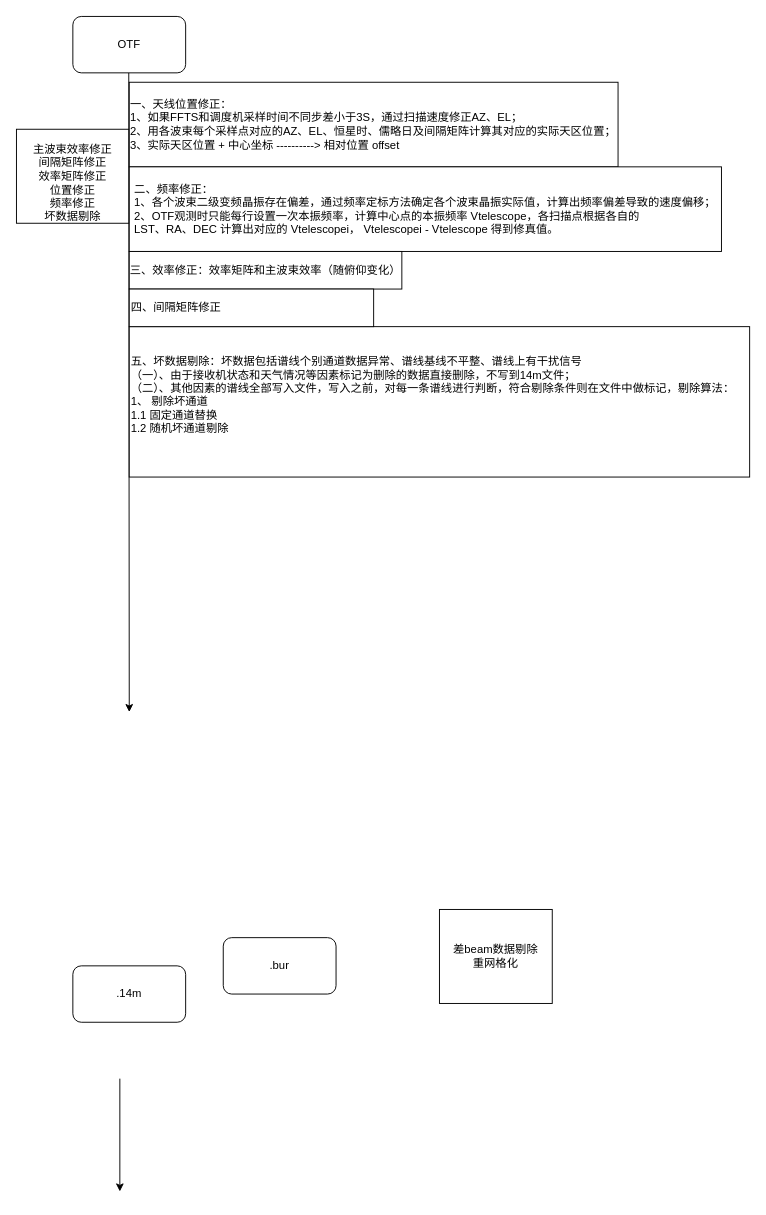
Above: Untitled Diagram.drawio in luoluo19550418/drawio (draw.io), before the change. Source tidied: cells renumbered, new cells numbered last; positions are measured from the earlier drawing's top-left corner, leaving out a move shared by most shapes. Both pictures are drawn from the tidied source at 94%, with x=0, y=0 at pixel (16, 16).
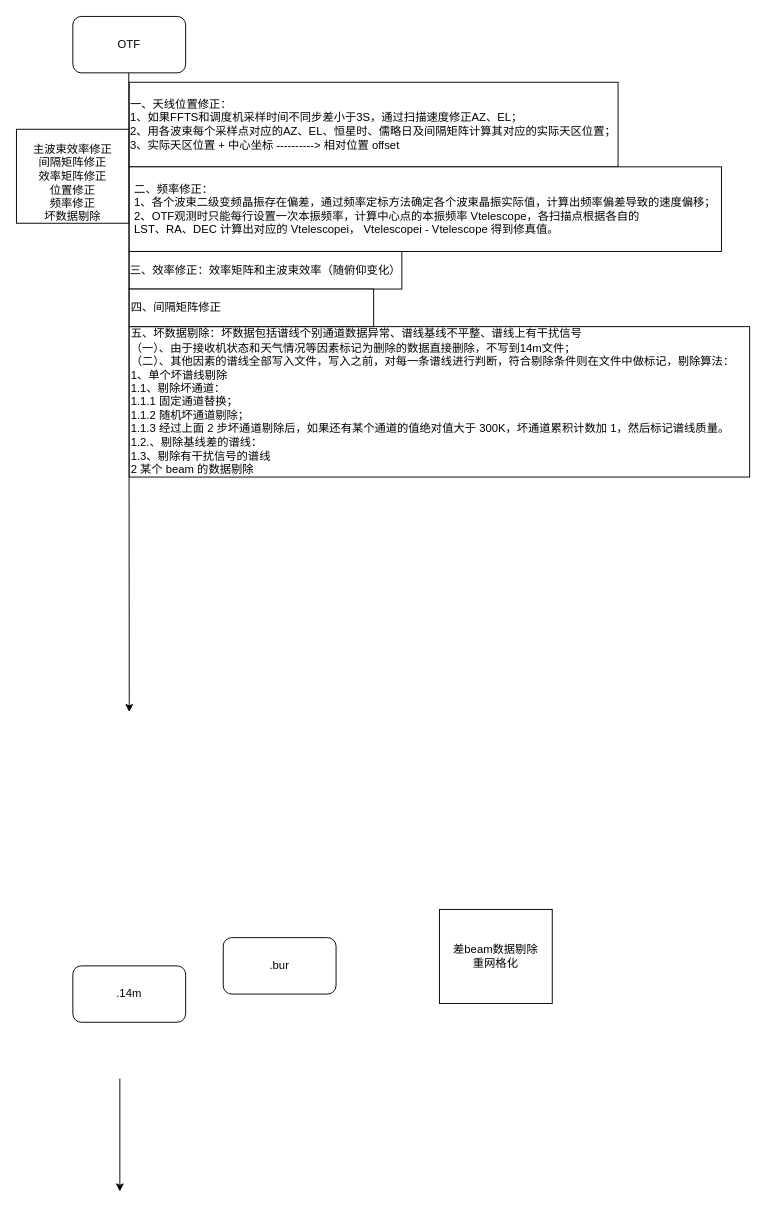
The same page after the edit.

What changed in the source:
```diff
@@
 <mxGraphModel>
   <root>
     <mxCell id="0" />
     <mxCell id="1" parent="0" />
     <mxCell id="2" value="&lt;br&gt;主波束效率修正&lt;br&gt;间隔矩阵修正&lt;br&gt;效率矩阵修正&lt;br&gt;位置修正&lt;br&gt;频率修正&lt;br&gt;坏数据剔除" style="rounded=0;whiteSpace=wrap;html=1;" parent="1" vertex="1">
       <mxGeometry y="120" width="120" height="100" as="geometry" />
     </mxCell>
     <mxCell id="3" style="endArrow=classic;html=1;" parent="1" edge="1">
       <mxGeometry relative="1" as="geometry">
         <mxPoint x="119.5" y="60" as="sourcePoint" />
         <mxPoint x="120" y="740" as="targetPoint" />
       </mxGeometry>
     </mxCell>
     <mxCell id="4" value="差beam数据剔除&lt;br&gt;重网格化" style="rounded=0;whiteSpace=wrap;html=1;" parent="1" vertex="1">
       <mxGeometry x="450" y="950" width="120" height="100" as="geometry" />
     </mxCell>
     <mxCell id="5" value="&lt;span&gt;OTF&lt;/span&gt;" style="rounded=1;whiteSpace=wrap;html=1;" parent="1" vertex="1">
       <mxGeometry x="60" width="120" height="60" as="geometry" />
     </mxCell>
     <mxCell id="6" value=".14m" style="rounded=1;whiteSpace=wrap;html=1;" parent="1" vertex="1">
       <mxGeometry x="60" y="1010" width="120" height="60" as="geometry" />
     </mxCell>
     <mxCell id="7" value=".bur" style="rounded=1;whiteSpace=wrap;html=1;" parent="1" vertex="1">
       <mxGeometry x="220" y="980" width="120" height="60" as="geometry" />
     </mxCell>
     <mxCell id="8" style="endArrow=classic;html=1;" parent="1" edge="1">
       <mxGeometry relative="1" as="geometry">
         <mxPoint x="110" y="1130" as="sourcePoint" />
         <mxPoint x="110" y="1250" as="targetPoint" />
       </mxGeometry>
     </mxCell>
     <mxCell id="9" value="&lt;div style=&quot;text-align: justify&quot;&gt;&lt;span&gt;一、天线位置修正：&lt;/span&gt;&lt;/div&gt;&lt;div style=&quot;text-align: justify&quot;&gt;&lt;span&gt;1、如果FFTS和调度机采样时间不同步差小于3S，通过扫描速度修正AZ、EL；&lt;/span&gt;&lt;/div&gt;&lt;div style=&quot;text-align: justify&quot;&gt;&lt;span&gt;2、用各波束每个采样点对应的AZ、EL、恒星时、儒略日及间隔矩阵计算其对应的实际天区位置；&lt;/span&gt;&lt;/div&gt;&lt;div style=&quot;text-align: justify&quot;&gt;&lt;span&gt;3、实际天区位置 + 中心坐标 ----------&amp;gt; 相对位置 offset&lt;/span&gt;&lt;/div&gt;" style="rounded=0;whiteSpace=wrap;html=1;align=right;" parent="1" vertex="1">
       <mxGeometry x="120" y="70" width="520" height="90" as="geometry" />
     </mxCell>
     <mxCell id="10" value="&lt;div style=&quot;text-align: justify&quot;&gt;&lt;span&gt;&lt;br&gt;&lt;/span&gt;&lt;/div&gt;&lt;div style=&quot;text-align: justify&quot;&gt;&lt;span&gt;&lt;br&gt;&lt;/span&gt;&lt;/div&gt;&lt;div style=&quot;text-align: justify&quot;&gt;&lt;span&gt;&lt;br&gt;&lt;/span&gt;&lt;/div&gt;&lt;div style=&quot;text-align: justify&quot;&gt;&lt;span&gt;&lt;br&gt;&lt;/span&gt;&lt;/div&gt;&lt;div style=&quot;text-align: justify&quot;&gt;&lt;span&gt;二、频率修正：&lt;/span&gt;&lt;br&gt;&lt;span&gt;1、各个波束二级变频晶振存在偏差，通过频率定标方法确定各个波束晶振实际值，计算出频率偏差导致的速度偏移；&lt;/span&gt;&lt;br&gt;&lt;span&gt;2、OTF观测时只能每行设置一次本振频率，计算中心点的本振频率 Vtelescope，&lt;/span&gt;&lt;span&gt;各扫描点根据各自的&amp;nbsp;&lt;/span&gt;&lt;br&gt;&lt;span&gt;LST、RA、DEC 计算出对应的 Vtelescopei，&lt;/span&gt;&lt;span&gt;&amp;nbsp;Vtelescopei - Vtelescope 得到修真值。&lt;/span&gt;&lt;br&gt;&lt;br&gt;&lt;br&gt;&lt;span&gt;&amp;nbsp;&lt;/span&gt;&lt;br&gt;&lt;/div&gt;&lt;span&gt;&lt;div style=&quot;text-align: justify&quot;&gt;&lt;br&gt;&lt;/div&gt;&lt;/span&gt;" style="rounded=0;whiteSpace=wrap;html=1;align=center;" parent="1" vertex="1">
       <mxGeometry x="120" y="160" width="630" height="90" as="geometry" />
     </mxCell>
     <mxCell id="11" value="三、效率修正：效率矩阵和主波束效率（随俯仰变化）" style="rounded=0;whiteSpace=wrap;html=1;" parent="1" vertex="1">
       <mxGeometry x="120" y="250" width="290" height="40" as="geometry" />
     </mxCell>
-    <mxCell id="12" value="&lt;div&gt;&lt;span&gt;五、坏数据剔除：坏数据包括谱线个别通道数据异常、谱线基线不平整、谱线上有干扰信号&lt;/span&gt;&lt;/div&gt;&lt;div&gt;（一）、由于接收机状态和天气情况等因素标记为删除的数据直接删除，不写到14m文件；&lt;/div&gt;&lt;div&gt;（二）、其他因素的谱线全部写入文件，写入之前，对每一条谱线进行判断，符合剔除条件则在&lt;span&gt;文件中做标记，剔除算法：&lt;/span&gt;&lt;/div&gt;&lt;div&gt;1、 剔除坏通道&lt;br&gt;&lt;/div&gt;&lt;div&gt;1.1 固定通道替换&lt;br&gt;&lt;/div&gt;&lt;div&gt;1.2 随机坏通道剔除&lt;br&gt;&lt;/div&gt;&lt;div&gt;&lt;br&gt;&lt;/div&gt;" style="rounded=0;whiteSpace=wrap;html=1;align=left;" parent="1" vertex="1">
+    <mxCell id="12" value="&lt;div&gt;&lt;span&gt;五、坏数据剔除：坏数据包括谱线个别通道数据异常、谱线基线不平整、谱线上有干扰信号&lt;/span&gt;&lt;/div&gt;&lt;div&gt;（一）、由于接收机状态和天气情况等因素标记为删除的数据直接删除，不写到14m文件；&lt;/div&gt;&lt;div&gt;（二）、其他因素的谱线全部写入文件，写入之前，对每一条谱线进行判断，符合剔除条件则在&lt;span&gt;文件中做标记，剔除算法：&lt;/span&gt;&lt;/div&gt;&lt;div&gt;&lt;span&gt;1、单个坏谱线剔除&lt;/span&gt;&lt;/div&gt;&lt;div&gt;1.1、剔除坏通道：&lt;br&gt;&lt;/div&gt;&lt;div&gt;1.1.1 固定通道替换；&lt;br&gt;&lt;/div&gt;&lt;div&gt;1.1.2 随机坏通道剔除；&lt;br&gt;&lt;/div&gt;&lt;div&gt;1.1.3&amp;nbsp;&lt;span&gt;经过上面 2 步坏通道剔除后，如果还有某个通道的值绝对值大&lt;/span&gt;&lt;span&gt;于 300K，坏通道累积计数加 1，然后标记谱线质量。&lt;/span&gt;&lt;/div&gt;&lt;div&gt;&lt;span&gt;1.2.、剔除基线差的谱线：&lt;/span&gt;&lt;/div&gt;&lt;div&gt;1.3、剔除有干扰信号的谱线&lt;/div&gt;&lt;div&gt;2&amp;nbsp;某个 beam 的数据剔除&lt;/div&gt;" style="rounded=0;whiteSpace=wrap;html=1;align=left;" parent="1" vertex="1">
       <mxGeometry x="120" y="330" width="660" height="160" as="geometry" />
     </mxCell>
     <mxCell id="13" value="&lt;div&gt;&lt;span&gt;四、间隔矩阵修正&lt;/span&gt;&lt;/div&gt;" style="rounded=0;whiteSpace=wrap;html=1;align=left;" parent="1" vertex="1">
       <mxGeometry x="120" y="290" width="260" height="40" as="geometry" />
     </mxCell>
   </root>
 </mxGraphModel>
```
